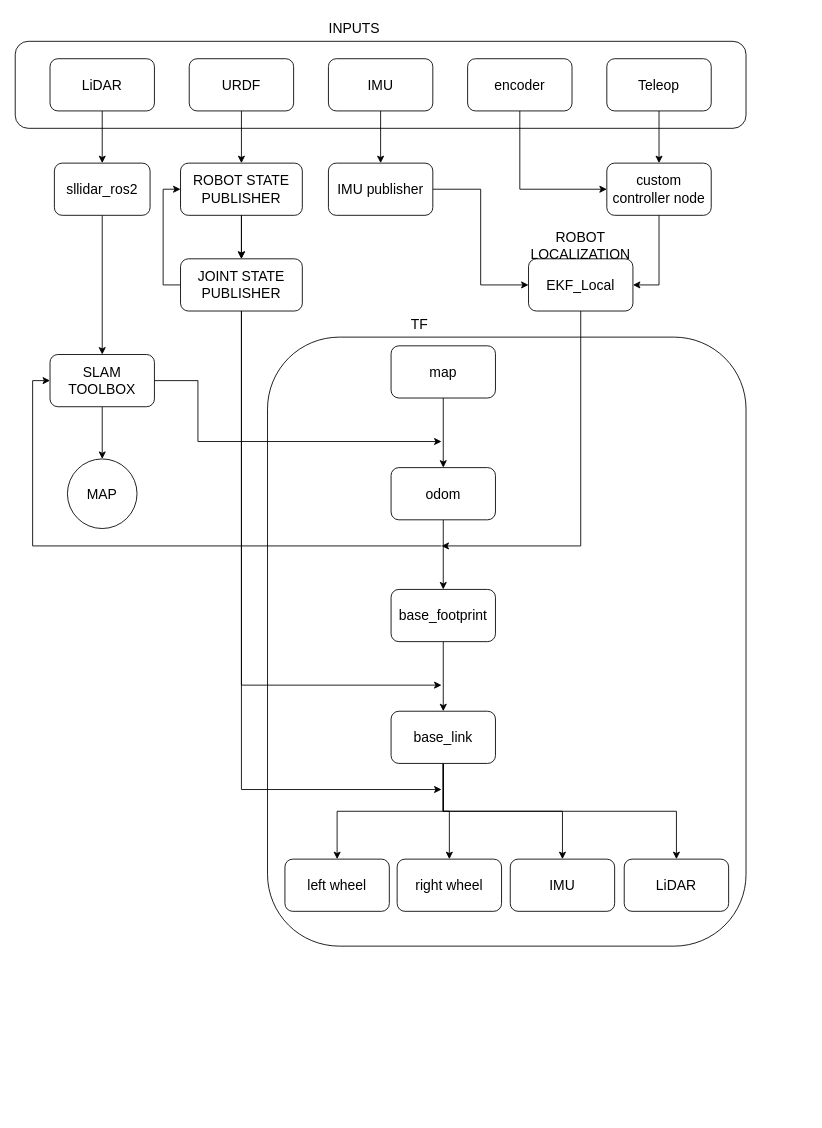
adands/eddiebot_ros2-backup keeps this draw.io diagram as slam_launch.drawio. Above is the earlier version. Source tidied: cells renumbered, new cells numbered last; positions are measured from the earlier drawing's top-left corner, leaving out a move shared by most shapes. Both pictures are drawn from the tidied source at 87%, with x=0, y=0 at pixel (15, 15).
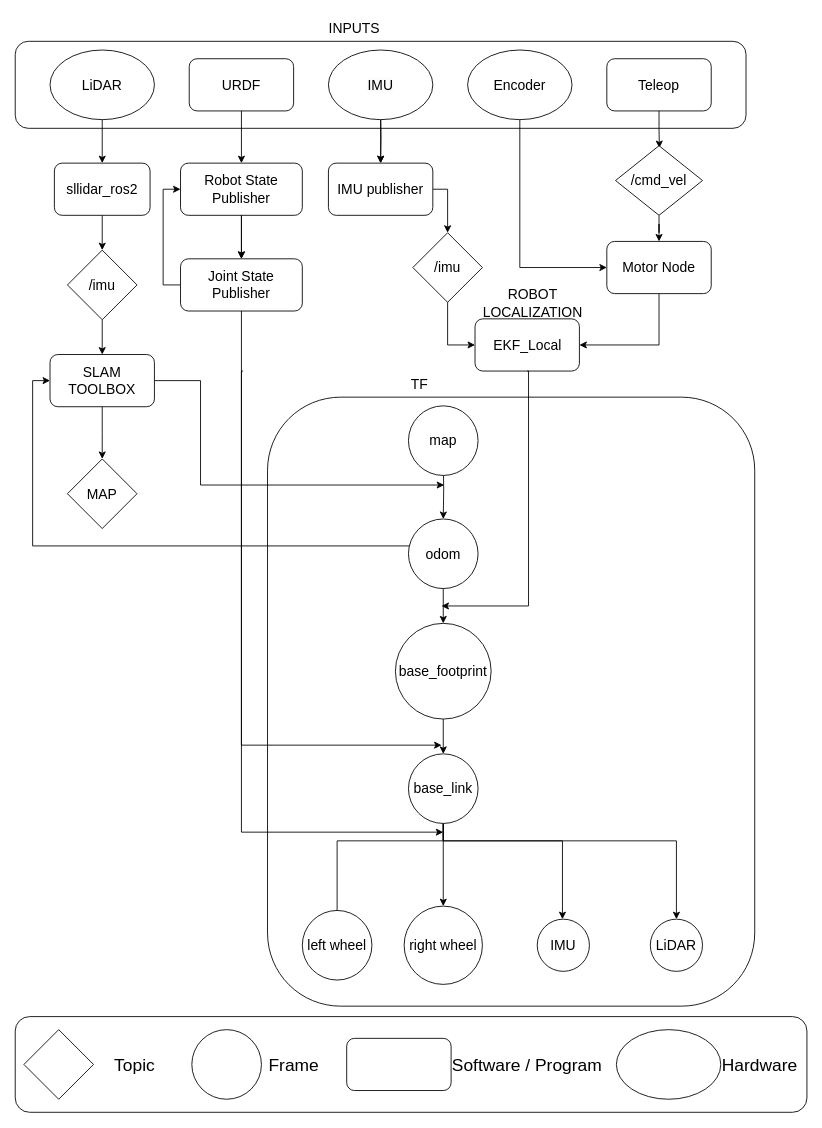
The same page after the edit.

The change refers to these unchanged cells:
```xml
<mxCell id="3" value="Teleop" style="rounded=1;whiteSpace=wrap;html=1;fontSize=16;" parent="1" vertex="1">
  <mxGeometry x="680" y="50" width="120" height="60" as="geometry" />
</mxCell>
<mxCell id="19" value="IMU publisher" style="whiteSpace=wrap;html=1;rounded=1;fontSize=16;" parent="1" vertex="1">
  <mxGeometry x="360" y="170" width="120" height="60" as="geometry" />
</mxCell>
<mxCell id="25" value="sllidar_ros2" style="whiteSpace=wrap;html=1;rounded=1;fontSize=16;" parent="1" vertex="1">
  <mxGeometry x="45" y="170" width="110" height="60" as="geometry" />
</mxCell>
<mxCell id="47" value="SLAM TOOLBOX" style="rounded=1;whiteSpace=wrap;html=1;fontSize=16;" parent="1" vertex="1">
  <mxGeometry x="40" y="390" width="120" height="60" as="geometry" />
</mxCell>
```

Change to the diagram source:
```diff
@@
-    <mxCell id="4" style="edgeStyle=orthogonalEdgeStyle;rounded=0;jettySize=auto;html=1;exitX=0.5;exitY=1;exitDx=0;exitDy=0;entryX=0;entryY=0.5;entryDx=0;entryDy=0;fontSize=16;" parent="1" edge="1" source="5" target="13">
+    <mxCell id="4" style="edgeStyle=orthogonalEdgeStyle;rounded=0;jettySize=auto;html=1;exitX=0.5;exitY=1;exitDx=0;exitDy=0;entryX=0;entryY=0.5;entryDx=0;entryDy=0;fontSize=16;" parent="1" edge="1" source="54" target="13">
       <mxGeometry relative="1" as="geometry" />
     </mxCell>
-    <mxCell id="5" value="encoder" style="rounded=1;whiteSpace=wrap;html=1;fontSize=16;" parent="1" vertex="1">
-      <mxGeometry x="520" y="50" width="120" height="60" as="geometry" />
-    </mxCell>
-    <mxCell id="6" style="edgeStyle=orthogonalEdgeStyle;rounded=0;jettySize=auto;html=1;fontSize=16;" parent="1" edge="1" source="7" target="19">
-      <mxGeometry relative="1" as="geometry" />
+    <mxCell id="6" style="edgeStyle=orthogonalEdgeStyle;rounded=0;jettySize=auto;html=1;fontSize=16;" parent="1" edge="1" target="19">
+      <mxGeometry relative="1" as="geometry">
+        <mxPoint x="420" y="110" as="sourcePoint" />
+      </mxGeometry>
     </mxCell>
-    <mxCell id="7" value="IMU" style="rounded=1;whiteSpace=wrap;html=1;fontSize=16;" parent="1" vertex="1">
-      <mxGeometry x="360" y="50" width="120" height="60" as="geometry" />
-    </mxCell>
-    <mxCell id="8" style="edgeStyle=orthogonalEdgeStyle;rounded=0;jettySize=auto;html=1;fontSize=16;" parent="1" edge="1" source="9" target="25">
+    <mxCell id="8" style="edgeStyle=orthogonalEdgeStyle;rounded=0;jettySize=auto;html=1;fontSize=16;exitX=0.5;exitY=1;exitDx=0;exitDy=0;" parent="1" edge="1" source="53" target="25">
       <mxGeometry relative="1" as="geometry" />
     </mxCell>
-    <mxCell id="9" value="LiDAR" style="rounded=1;whiteSpace=wrap;html=1;fontSize=16;" parent="1" vertex="1">
-      <mxGeometry x="40" y="50" width="120" height="60" as="geometry" />
-    </mxCell>
@@
-    <mxCell id="13" value="custom controller node" style="whiteSpace=wrap;html=1;rounded=1;fontSize=16;" parent="1" vertex="1">
-      <mxGeometry x="680" y="170" width="120" height="60" as="geometry" />
+    <mxCell id="13" value="Motor Node" style="whiteSpace=wrap;html=1;rounded=1;fontSize=16;" parent="1" vertex="1">
+      <mxGeometry x="680" y="260" width="120" height="60" as="geometry" />
     </mxCell>
-    <mxCell id="14" style="edgeStyle=orthogonalEdgeStyle;rounded=0;jettySize=auto;html=1;fontSize=16;" parent="1" edge="1" source="3" target="13">
+    <mxCell id="14" style="edgeStyle=orthogonalEdgeStyle;rounded=0;jettySize=auto;html=1;fontSize=16;entryX=0.504;entryY=0.033;entryDx=0;entryDy=0;entryPerimeter=0;" parent="1" edge="1" source="3" target="71">
       <mxGeometry relative="1" as="geometry" />
     </mxCell>
     <mxCell id="15" value="EKF_Local" style="rounded=1;whiteSpace=wrap;html=1;fontSize=16;" parent="1" vertex="1">
-      <mxGeometry x="590" y="280" width="120" height="60" as="geometry" />
+      <mxGeometry x="528.5" y="349" width="120" height="60" as="geometry" />
     </mxCell>
@@
     <mxCell id="17" value="ROBOT LOCALIZATION" style="text;html=1;align=center;verticalAlign=middle;whiteSpace=wrap;rounded=0;fontSize=16;" parent="1" vertex="1">
-      <mxGeometry x="565" y="250" width="170" height="30" as="geometry" />
+      <mxGeometry x="510" y="316" width="170" height="30" as="geometry" />
     </mxCell>
-    <mxCell id="18" style="edgeStyle=orthogonalEdgeStyle;rounded=0;jettySize=auto;html=1;exitX=1;exitY=0.5;exitDx=0;exitDy=0;entryX=0;entryY=0.5;entryDx=0;entryDy=0;fontSize=16;" parent="1" edge="1" source="19" target="15">
-      <mxGeometry relative="1" as="geometry" />
+    <mxCell id="18" style="edgeStyle=orthogonalEdgeStyle;rounded=0;jettySize=auto;html=1;exitX=1;exitY=0.5;exitDx=0;exitDy=0;entryX=0.5;entryY=0;entryDx=0;entryDy=0;fontSize=16;" parent="1" edge="1" source="19" target="69">
+      <mxGeometry relative="1" as="geometry">
+        <Array as="points">
+          <mxPoint x="497" y="200" />
+        </Array>
+      </mxGeometry>
     </mxCell>
@@
-    <mxCell id="21" value="ROBOT STATE PUBLISHER" style="whiteSpace=wrap;html=1;rounded=1;fontSize=16;" parent="1" vertex="1">
+    <mxCell id="21" value="Robot State Publisher" style="whiteSpace=wrap;html=1;rounded=1;fontSize=16;" parent="1" vertex="1">
       <mxGeometry x="190" y="170" width="140" height="60" as="geometry" />
     </mxCell>
@@
-    <mxCell id="23" style="edgeStyle=orthogonalEdgeStyle;rounded=0;orthogonalLoop=1;jettySize=auto;html=1;exitX=0.5;exitY=1;exitDx=0;exitDy=0;fontSize=16;" parent="1" edge="1" source="27" target="27">
-      <mxGeometry relative="1" as="geometry" />
+    <mxCell id="23" style="edgeStyle=orthogonalEdgeStyle;rounded=0;orthogonalLoop=1;jettySize=auto;html=1;exitX=0.5;exitY=1;exitDx=0;exitDy=0;fontSize=16;" parent="1" edge="1">
+      <mxGeometry relative="1" as="geometry">
+        <mxPoint x="260" y="409" as="sourcePoint" />
+        <mxPoint x="260" y="409" as="targetPoint" />
+      </mxGeometry>
     </mxCell>
-    <mxCell id="24" style="edgeStyle=orthogonalEdgeStyle;rounded=0;jettySize=auto;html=1;exitX=0.5;exitY=1;exitDx=0;exitDy=0;entryX=0.5;entryY=0;entryDx=0;entryDy=0;fontSize=16;" parent="1" edge="1" source="25" target="47">
+    <mxCell id="24" style="edgeStyle=orthogonalEdgeStyle;rounded=0;jettySize=auto;html=1;exitX=0.5;exitY=1;exitDx=0;exitDy=0;entryX=0.5;entryY=0;entryDx=0;entryDy=0;fontSize=16;" parent="1" edge="1" source="25" target="73">
       <mxGeometry relative="1" as="geometry" />
     </mxCell>
@@
-    <mxCell id="27" value="JOINT STATE PUBLISHER" style="whiteSpace=wrap;html=1;rounded=1;fontSize=16;" parent="1" vertex="1">
+    <mxCell id="27" value="Joint State Publisher" style="whiteSpace=wrap;html=1;rounded=1;fontSize=16;" parent="1" vertex="1">
       <mxGeometry x="190" y="280" width="140" height="60" as="geometry" />
     </mxCell>
     <mxCell id="28" style="rounded=1;whiteSpace=wrap;html=1;fontSize=16;" parent="1" vertex="1">
-      <mxGeometry x="290" y="370" width="550" height="700" as="geometry" />
+      <mxGeometry x="290" y="439" width="560" height="700" as="geometry" />
     </mxCell>
     <mxCell id="29" value="TF" style="text;html=1;align=center;verticalAlign=middle;whiteSpace=wrap;rounded=0;fontSize=16;" parent="1" vertex="1">
-      <mxGeometry x="435" y="340" width="60" height="30" as="geometry" />
+      <mxGeometry x="435" y="409" width="60" height="30" as="geometry" />
     </mxCell>
-    <mxCell id="30" style="edgeStyle=orthogonalEdgeStyle;rounded=0;jettySize=auto;html=1;fontSize=16;" parent="1" edge="1" source="31" target="33">
-      <mxGeometry relative="1" as="geometry" />
+    <mxCell id="30" style="edgeStyle=orthogonalEdgeStyle;rounded=0;jettySize=auto;html=1;fontSize=16;" parent="1" edge="1" target="33">
+      <mxGeometry relative="1" as="geometry">
+        <mxPoint x="492" y="509" as="sourcePoint" />
+      </mxGeometry>
     </mxCell>
-    <mxCell id="31" value="map" style="rounded=1;whiteSpace=wrap;html=1;fontSize=16;" parent="1" vertex="1">
-      <mxGeometry x="432" y="380" width="120" height="60" as="geometry" />
-    </mxCell>
-    <mxCell id="32" style="edgeStyle=orthogonalEdgeStyle;rounded=0;jettySize=auto;html=1;fontSize=16;" parent="1" edge="1" source="33" target="35">
+    <mxCell id="32" style="edgeStyle=orthogonalEdgeStyle;rounded=0;jettySize=auto;html=1;fontSize=16;exitX=0.5;exitY=1;exitDx=0;exitDy=0;entryX=0.5;entryY=0;entryDx=0;entryDy=0;" parent="1" edge="1" source="33" target="35">
       <mxGeometry relative="1" as="geometry" />
     </mxCell>
-    <mxCell id="33" value="odom" style="whiteSpace=wrap;html=1;rounded=1;fontSize=16;" parent="1" vertex="1">
-      <mxGeometry x="432" y="520" width="120" height="60" as="geometry" />
-    </mxCell>
-    <mxCell id="34" style="edgeStyle=orthogonalEdgeStyle;rounded=0;jettySize=auto;html=1;fontSize=16;" parent="1" edge="1" source="35" target="40">
+    <mxCell id="34" style="edgeStyle=orthogonalEdgeStyle;rounded=0;jettySize=auto;html=1;fontSize=16;exitX=0.5;exitY=1;exitDx=0;exitDy=0;" parent="1" edge="1" source="35" target="40">
       <mxGeometry relative="1" as="geometry" />
     </mxCell>
-    <mxCell id="35" value="base_footprint" style="whiteSpace=wrap;html=1;rounded=1;fontSize=16;" parent="1" vertex="1">
-      <mxGeometry x="432" y="660" width="120" height="60" as="geometry" />
-    </mxCell>
@@
-    <mxCell id="37" style="edgeStyle=orthogonalEdgeStyle;rounded=0;jettySize=auto;html=1;exitX=0.5;exitY=1;exitDx=0;exitDy=0;entryX=0.5;entryY=0;entryDx=0;entryDy=0;fontSize=16;" parent="1" edge="1" source="40" target="41">
-      <mxGeometry relative="1" as="geometry" />
+    <mxCell id="37" style="edgeStyle=orthogonalEdgeStyle;rounded=0;orthogonalLoop=1;jettySize=auto;html=1;exitX=0.5;exitY=1;exitDx=0;exitDy=0;entryX=0.5;entryY=0;entryDx=0;entryDy=0;fontSize=16;" parent="1" edge="1">
+      <mxGeometry relative="1" as="geometry">
+        <mxPoint x="492" y="929" as="sourcePoint" />
+        <mxPoint x="370" y="1039" as="targetPoint" />
+        <Array as="points">
+          <mxPoint x="492" y="949" />
+          <mxPoint x="370" y="949" />
+        </Array>
+      </mxGeometry>
     </mxCell>
-    <mxCell id="38" style="edgeStyle=orthogonalEdgeStyle;rounded=0;jettySize=auto;html=1;exitX=0.5;exitY=1;exitDx=0;exitDy=0;entryX=0.5;entryY=0;entryDx=0;entryDy=0;fontSize=16;" parent="1" edge="1" source="40" target="42">
-      <mxGeometry relative="1" as="geometry" />
+    <mxCell id="38" style="edgeStyle=orthogonalEdgeStyle;rounded=0;orthogonalLoop=1;jettySize=auto;html=1;exitX=0.5;exitY=1;exitDx=0;exitDy=0;entryX=0.5;entryY=0;entryDx=0;entryDy=0;fontSize=16;" parent="1" edge="1">
+      <mxGeometry relative="1" as="geometry">
+        <mxPoint x="492" y="929" as="sourcePoint" />
+        <mxPoint x="629" y="1039" as="targetPoint" />
+        <Array as="points">
+          <mxPoint x="492" y="949" />
+          <mxPoint x="629" y="949" />
+        </Array>
+      </mxGeometry>
     </mxCell>
-    <mxCell id="39" style="edgeStyle=orthogonalEdgeStyle;rounded=0;jettySize=auto;html=1;exitX=0.5;exitY=1;exitDx=0;exitDy=0;entryX=0.5;entryY=0;entryDx=0;entryDy=0;fontSize=16;" parent="1" edge="1" source="40" target="44">
-      <mxGeometry relative="1" as="geometry" />
+    <mxCell id="39" style="edgeStyle=orthogonalEdgeStyle;rounded=0;orthogonalLoop=1;jettySize=auto;html=1;exitX=0.5;exitY=1;exitDx=0;exitDy=0;entryX=0.5;entryY=0;entryDx=0;entryDy=0;fontSize=16;" parent="1" edge="1">
+      <mxGeometry relative="1" as="geometry">
+        <mxPoint x="492" y="929" as="sourcePoint" />
+        <mxPoint x="760" y="1039" as="targetPoint" />
+        <Array as="points">
+          <mxPoint x="492" y="949" />
+          <mxPoint x="760" y="949" />
+        </Array>
+      </mxGeometry>
     </mxCell>
-    <mxCell id="40" value="base_link" style="whiteSpace=wrap;html=1;rounded=1;fontSize=16;" parent="1" vertex="1">
-      <mxGeometry x="432" y="800" width="120" height="60" as="geometry" />
-    </mxCell>
-    <mxCell id="41" value="left wheel" style="whiteSpace=wrap;html=1;rounded=1;fontSize=16;" parent="1" vertex="1">
-      <mxGeometry x="310" y="970" width="120" height="60" as="geometry" />
-    </mxCell>
-    <mxCell id="42" value="IMU" style="whiteSpace=wrap;html=1;rounded=1;fontSize=16;" parent="1" vertex="1">
-      <mxGeometry x="569" y="970" width="120" height="60" as="geometry" />
-    </mxCell>
-    <mxCell id="43" value="right wheel" style="whiteSpace=wrap;html=1;rounded=1;fontSize=16;" parent="1" vertex="1">
-      <mxGeometry x="439" y="970" width="120" height="60" as="geometry" />
-    </mxCell>
-    <mxCell id="44" value="LiDAR" style="whiteSpace=wrap;html=1;rounded=1;fontSize=16;" parent="1" vertex="1">
-      <mxGeometry x="700" y="970" width="120" height="60" as="geometry" />
-    </mxCell>
-    <mxCell id="45" style="edgeStyle=orthogonalEdgeStyle;rounded=0;jettySize=auto;html=1;fontSize=16;" parent="1" edge="1" source="47" target="48">
-      <mxGeometry relative="1" as="geometry" />
+    <mxCell id="45" style="edgeStyle=orthogonalEdgeStyle;rounded=0;jettySize=auto;html=1;fontSize=16;" parent="1" edge="1" source="47">
+      <mxGeometry relative="1" as="geometry">
+        <mxPoint x="100" y="510" as="targetPoint" />
+      </mxGeometry>
     </mxCell>
     <mxCell id="46" style="edgeStyle=orthogonalEdgeStyle;rounded=0;jettySize=auto;html=1;exitX=1;exitY=0.5;exitDx=0;exitDy=0;fontSize=16;" parent="1" edge="1" source="47">
       <mxGeometry relative="1" as="geometry">
-        <mxPoint x="490" y="490" as="targetPoint" />
+        <mxPoint x="493" y="540" as="targetPoint" />
         <Array as="points">
-          <mxPoint x="210" y="420" />
-          <mxPoint x="210" y="490" />
+          <mxPoint x="213" y="420" />
+          <mxPoint x="213" y="540" />
+          <mxPoint x="493" y="540" />
         </Array>
       </mxGeometry>
     </mxCell>
@@
-    <mxCell id="48" value="MAP" style="ellipse;whiteSpace=wrap;html=1;rounded=1;fontSize=16;" parent="1" vertex="1">
-      <mxGeometry x="60" y="510" width="80" height="80" as="geometry" />
-    </mxCell>
     <mxCell id="49" style="edgeStyle=orthogonalEdgeStyle;rounded=0;jettySize=auto;html=1;exitX=0.5;exitY=1;exitDx=0;exitDy=0;fontSize=16;" parent="1" edge="1" source="15">
       <mxGeometry relative="1" as="geometry">
-        <mxPoint x="490" y="610" as="targetPoint" />
+        <mxPoint x="490" y="679" as="targetPoint" />
         <Array as="points">
-          <mxPoint x="650" y="610" />
+          <mxPoint x="590" y="409" />
+          <mxPoint x="590" y="679" />
         </Array>
       </mxGeometry>
     </mxCell>
-    <mxCell id="50" style="edgeStyle=orthogonalEdgeStyle;rounded=0;jettySize=auto;html=1;exitX=0.5;exitY=1;exitDx=0;exitDy=0;fontSize=16;" parent="1" edge="1" source="27">
+    <mxCell id="50" style="edgeStyle=orthogonalEdgeStyle;rounded=0;orthogonalLoop=1;jettySize=auto;html=1;exitX=0.5;exitY=1;exitDx=0;exitDy=0;fontSize=16;" parent="1" edge="1">
       <mxGeometry relative="1" as="geometry">
-        <mxPoint x="490" y="890" as="targetPoint" />
+        <mxPoint x="262" y="409" as="sourcePoint" />
+        <mxPoint x="492" y="939" as="targetPoint" />
         <Array as="points">
-          <mxPoint x="260" y="890" />
+          <mxPoint x="260" y="409" />
+          <mxPoint x="260" y="939" />
         </Array>
       </mxGeometry>
     </mxCell>
     <mxCell id="51" style="edgeStyle=orthogonalEdgeStyle;rounded=0;jettySize=auto;html=1;exitX=0.5;exitY=1;exitDx=0;exitDy=0;fontSize=16;" parent="1" edge="1" source="27">
       <mxGeometry relative="1" as="geometry">
-        <mxPoint x="490" y="770" as="targetPoint" />
+        <mxPoint x="490" y="839" as="targetPoint" />
         <Array as="points">
-          <mxPoint x="260" y="770" />
+          <mxPoint x="260" y="839" />
         </Array>
       </mxGeometry>
     </mxCell>
@@
+    <mxCell id="53" value="&lt;span style=&quot;font-size: 16px;&quot;&gt;LiDAR&lt;/span&gt;" style="ellipse;whiteSpace=wrap;html=1;" parent="1" vertex="1">
+      <mxGeometry x="40" y="40" width="120" height="80" as="geometry" />
+    </mxCell>
+    <mxCell id="54" value="&lt;span style=&quot;font-size: 16px;&quot;&gt;Encoder&lt;/span&gt;" style="ellipse;whiteSpace=wrap;html=1;" parent="1" vertex="1">
+      <mxGeometry x="520" y="40" width="120" height="80" as="geometry" />
+    </mxCell>
+    <mxCell id="55" style="edgeStyle=orthogonalEdgeStyle;rounded=0;jettySize=auto;html=1;" parent="1" edge="1" source="56" target="19">
+      <mxGeometry relative="1" as="geometry" />
+    </mxCell>
+    <mxCell id="56" value="&lt;span style=&quot;color: rgb(0, 0, 0); font-family: Helvetica; font-size: 16px; font-style: normal; font-variant-ligatures: normal; font-variant-caps: normal; font-weight: 400; letter-spacing: normal; orphans: 2; text-align: center; text-indent: 0px; text-transform: none; widows: 2; word-spacing: 0px; -webkit-text-stroke-width: 0px; white-space: normal; background-color: rgb(251, 251, 251); text-decoration-thickness: initial; text-decoration-style: initial; text-decoration-color: initial; float: none; display: inline !important;&quot;&gt;IMU&lt;/span&gt;" style="ellipse;whiteSpace=wrap;html=1;" parent="1" vertex="1">
+      <mxGeometry x="360" y="40" width="120" height="80" as="geometry" />
+    </mxCell>
+    <mxCell id="57" style="rounded=1;whiteSpace=wrap;html=1;" parent="1" vertex="1">
+      <mxGeometry y="1151" width="910" height="110" as="geometry" />
+    </mxCell>
+    <mxCell id="58" style="ellipse;whiteSpace=wrap;html=1;rounded=1;fontSize=16;" parent="1" vertex="1">
+      <mxGeometry x="203" y="1166" width="80" height="80" as="geometry" />
+    </mxCell>
+    <mxCell id="59" value="&lt;span style=&quot;font-size: 20px;&quot;&gt;Frame&lt;/span&gt;" style="text;html=1;align=center;verticalAlign=middle;whiteSpace=wrap;rounded=0;fontSize=16;" parent="1" vertex="1">
+      <mxGeometry x="283" y="1191" width="75" height="30" as="geometry" />
+    </mxCell>
+    <mxCell id="60" style="rounded=1;whiteSpace=wrap;html=1;fontSize=16;" parent="1" vertex="1">
+      <mxGeometry x="381" y="1176" width="120" height="60" as="geometry" />
+    </mxCell>
+    <mxCell id="61" value="&lt;font style=&quot;font-size: 20px;&quot;&gt;Software / Program&lt;/font&gt;" style="text;html=1;align=center;verticalAlign=middle;whiteSpace=wrap;rounded=0;fontSize=16;" parent="1" vertex="1">
+      <mxGeometry x="501" y="1191" width="175" height="30" as="geometry" />
+    </mxCell>
+    <mxCell id="62" style="ellipse;whiteSpace=wrap;html=1;" parent="1" vertex="1">
+      <mxGeometry x="691" y="1166" width="120" height="80" as="geometry" />
+    </mxCell>
+    <mxCell id="63" value="&lt;span style=&quot;font-size: 20px;&quot;&gt;Hardware&lt;/span&gt;" style="text;html=1;align=center;verticalAlign=middle;whiteSpace=wrap;rounded=0;fontSize=16;" parent="1" vertex="1">
+      <mxGeometry x="811" y="1191" width="90" height="30" as="geometry" />
+    </mxCell>
+    <mxCell id="31" value="map" style="ellipse;whiteSpace=wrap;html=1;rounded=1;fontSize=16;" parent="1" vertex="1">
+      <mxGeometry x="452" y="449" width="80" height="80" as="geometry" />
+    </mxCell>
+    <mxCell id="33" value="odom" style="ellipse;whiteSpace=wrap;html=1;rounded=1;fontSize=16;" parent="1" vertex="1">
+      <mxGeometry x="452" y="579" width="80" height="80" as="geometry" />
+    </mxCell>
+    <mxCell id="35" value="base_footprint" style="ellipse;whiteSpace=wrap;html=1;rounded=1;fontSize=16;" parent="1" vertex="1">
+      <mxGeometry x="437" y="699" width="110" height="110" as="geometry" />
+    </mxCell>
+    <mxCell id="40" value="base_link" style="ellipse;whiteSpace=wrap;html=1;rounded=1;fontSize=16;" parent="1" vertex="1">
+      <mxGeometry x="452" y="849" width="80" height="80" as="geometry" />
+    </mxCell>
+    <mxCell id="41" value="left wheel" style="ellipse;whiteSpace=wrap;html=1;rounded=1;fontSize=16;" parent="1" vertex="1">
+      <mxGeometry x="330" y="1029" width="80" height="80" as="geometry" />
+    </mxCell>
+    <mxCell id="43" value="right wheel" style="ellipse;whiteSpace=wrap;html=1;rounded=1;fontSize=16;" parent="1" vertex="1">
+      <mxGeometry x="447" y="1024" width="90" height="90" as="geometry" />
+    </mxCell>
+    <mxCell id="64" value="IMU" style="ellipse;whiteSpace=wrap;html=1;rounded=1;fontSize=16;" parent="1" vertex="1">
+      <mxGeometry x="600" y="1039" width="60" height="60" as="geometry" />
+    </mxCell>
+    <mxCell id="65" value="LiDAR" style="ellipse;whiteSpace=wrap;html=1;rounded=1;fontSize=16;" parent="1" vertex="1">
+      <mxGeometry x="730" y="1039" width="60" height="60" as="geometry" />
+    </mxCell>
+    <mxCell id="48" value="&lt;span style=&quot;font-size: 16px;&quot;&gt;MAP&lt;/span&gt;" style="rhombus;whiteSpace=wrap;html=1;" parent="1" vertex="1">
+      <mxGeometry x="60" y="510" width="80" height="80" as="geometry" />
+    </mxCell>
+    <mxCell id="66" style="rhombus;whiteSpace=wrap;html=1;" parent="1" vertex="1">
+      <mxGeometry x="10" y="1166" width="80" height="80" as="geometry" />
+    </mxCell>
+    <mxCell id="67" value="&lt;span style=&quot;font-size: 20px;&quot;&gt;Topic&lt;/span&gt;" style="text;html=1;align=center;verticalAlign=middle;whiteSpace=wrap;rounded=0;fontSize=16;" parent="1" vertex="1">
+      <mxGeometry x="100" y="1191" width="75" height="30" as="geometry" />
+    </mxCell>
+    <mxCell id="68" style="edgeStyle=orthogonalEdgeStyle;rounded=0;jettySize=auto;html=1;entryX=0;entryY=0.5;entryDx=0;entryDy=0;" parent="1" edge="1" source="69" target="15">
+      <mxGeometry relative="1" as="geometry" />
+    </mxCell>
+    <mxCell id="69" value="&lt;span style=&quot;font-size: 16px;&quot;&gt;/imu&lt;/span&gt;" style="rhombus;whiteSpace=wrap;html=1;" parent="1" vertex="1">
+      <mxGeometry x="457" y="250" width="80" height="80" as="geometry" />
+    </mxCell>
+    <mxCell id="70" style="edgeStyle=orthogonalEdgeStyle;rounded=0;jettySize=auto;html=1;entryX=0.5;entryY=0;entryDx=0;entryDy=0;" parent="1" edge="1" source="71" target="13">
+      <mxGeometry relative="1" as="geometry" />
+    </mxCell>
+    <mxCell id="71" value="&lt;span style=&quot;font-size: 16px;&quot;&gt;/cmd_vel&lt;/span&gt;" style="rhombus;whiteSpace=wrap;html=1;" parent="1" vertex="1">
+      <mxGeometry x="690" y="150" width="100" height="80" as="geometry" />
+    </mxCell>
+    <mxCell id="72" style="edgeStyle=orthogonalEdgeStyle;rounded=0;jettySize=auto;html=1;entryX=0.5;entryY=0;entryDx=0;entryDy=0;" parent="1" edge="1" source="73" target="47">
+      <mxGeometry relative="1" as="geometry" />
+    </mxCell>
+    <mxCell id="73" value="&lt;span style=&quot;font-size: 16px;&quot;&gt;/imu&lt;/span&gt;" style="rhombus;whiteSpace=wrap;html=1;" parent="1" vertex="1">
+      <mxGeometry x="60" y="270" width="80" height="80" as="geometry" />
+    </mxCell>
```
